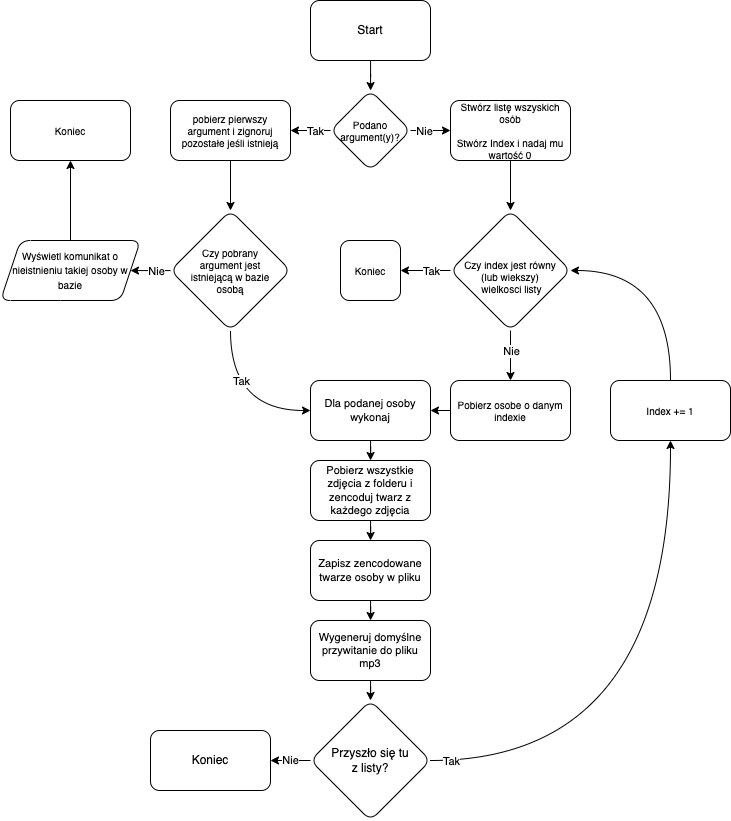
Earlier version of the draw.io export imgs/generujacy.drawio.png (Cooookiez/UWr-Praca-inzynierska-pisana). Source tidied: cells renumbered, new cells last; positions are measured from the earlier drawing's top-left corner, leaving out a move shared by most shapes.
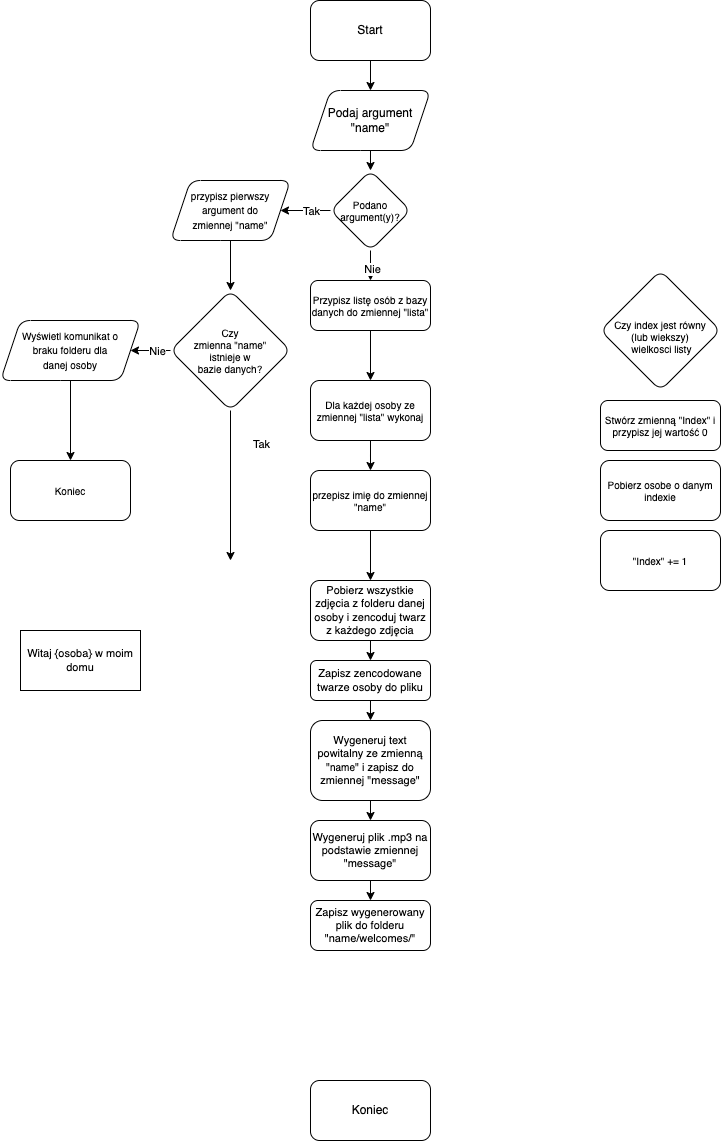
Later version of the same file.

What changed in the source:
```diff
@@ -2,13 +2,7 @@
   <root>
     <mxCell id="0" />
     <mxCell id="1" parent="0" />
-    <mxCell id="2" style="edgeStyle=orthogonalEdgeStyle;jettySize=auto;html=1;curved=1;" parent="1" edge="1" source="3" target="8">
-      <mxGeometry relative="1" as="geometry" />
-    </mxCell>
-    <mxCell id="3" value="Start" style="rounded=1;whiteSpace=wrap;html=1;" parent="1" vertex="1">
-      <mxGeometry x="310" width="120" height="60" as="geometry" />
-    </mxCell>
-    <mxCell id="4" style="edgeStyle=orthogonalEdgeStyle;shape=connector;curved=1;rounded=1;jettySize=auto;html=1;labelBackgroundColor=default;fontFamily=Helvetica;fontSize=11;fontColor=default;endArrow=classic;strokeColor=default;" parent="1" edge="1" source="8" target="12">
+    <mxCell id="4" style="edgeStyle=orthogonalEdgeStyle;shape=connector;curved=1;rounded=1;jettySize=auto;html=1;labelBackgroundColor=default;fontFamily=Helvetica;fontSize=11;fontColor=default;endArrow=classic;strokeColor=default;entryX=1;entryY=0.5;entryDx=0;entryDy=0;" parent="1" edge="1" source="8" target="46">
       <mxGeometry relative="1" as="geometry" />
     </mxCell>
     <mxCell id="5" value="Tak" style="edgeLabel;html=1;align=center;verticalAlign=middle;fontSize=11;fontFamily=Helvetica;fontColor=default;" parent="4" vertex="1">
@@ -16,7 +10,7 @@
         <mxPoint y="-2" as="offset" />
       </mxGeometry>
     </mxCell>
-    <mxCell id="6" style="edgeStyle=orthogonalEdgeStyle;shape=connector;curved=1;rounded=1;jettySize=auto;html=1;entryX=0;entryY=0.5;entryDx=0;entryDy=0;labelBackgroundColor=default;fontFamily=Helvetica;fontSize=11;fontColor=default;endArrow=classic;strokeColor=default;" parent="1" edge="1" source="8" target="10">
+    <mxCell id="6" style="edgeStyle=orthogonalEdgeStyle;shape=connector;curved=1;rounded=1;jettySize=auto;html=1;entryX=0.5;entryY=0;entryDx=0;entryDy=0;labelBackgroundColor=default;fontFamily=Helvetica;fontSize=11;fontColor=default;endArrow=classic;strokeColor=default;" parent="1" edge="1" source="8" target="10">
       <mxGeometry relative="1" as="geometry" />
     </mxCell>
     <mxCell id="7" value="Nie" style="edgeLabel;html=1;align=center;verticalAlign=middle;fontSize=11;fontFamily=Helvetica;fontColor=default;" parent="6" vertex="1">
@@ -24,21 +18,18 @@
         <mxPoint y="1" as="offset" />
       </mxGeometry>
     </mxCell>
-    <mxCell id="8" value="Podano argument(y)?" style="rhombus;whiteSpace=wrap;html=1;rounded=1;fontSize=10;" parent="1" vertex="1">
+    <mxCell id="8" value="Podano argument(y)?&lt;br&gt;" style="rhombus;whiteSpace=wrap;html=1;rounded=1;fontSize=10;" parent="1" vertex="1">
       <mxGeometry x="330" y="90" width="80" height="80" as="geometry" />
     </mxCell>
-    <mxCell id="9" style="edgeStyle=orthogonalEdgeStyle;shape=connector;curved=1;rounded=1;jettySize=auto;html=1;labelBackgroundColor=default;fontFamily=Helvetica;fontSize=11;fontColor=default;endArrow=classic;strokeColor=default;" parent="1" edge="1" source="10" target="25">
-      <mxGeometry relative="1" as="geometry" />
-    </mxCell>
+    <mxCell id="44" style="edgeStyle=orthogonalEdgeStyle;shape=connector;curved=1;rounded=1;jettySize=auto;html=1;labelBackgroundColor=default;fontFamily=Helvetica;fontSize=11;fontColor=default;endArrow=classic;strokeColor=default;" parent="1" edge="1" source="10" target="57">
+      <mxGeometry relative="1" as="geometry" />
+    </mxCell>
-    <mxCell id="10" value="Stwórz listę wszyskich osób&lt;br&gt;&lt;br&gt;Stwórz Index i nadaj mu wartość 0" style="whiteSpace=wrap;html=1;fontSize=10;rounded=1;" parent="1" vertex="1">
-      <mxGeometry x="450" y="100" width="120" height="60" as="geometry" />
+    <mxCell id="10" value="Przypisz listę osób z bazy danych do zmiennej &quot;lista&quot;" style="whiteSpace=wrap;html=1;fontSize=10;rounded=1;" parent="1" vertex="1">
+      <mxGeometry x="310" y="200" width="120" height="50" as="geometry" />
     </mxCell>
-    <mxCell id="11" style="edgeStyle=orthogonalEdgeStyle;shape=connector;curved=1;rounded=1;jettySize=auto;html=1;labelBackgroundColor=default;fontFamily=Helvetica;fontSize=11;fontColor=default;endArrow=classic;strokeColor=default;" parent="1" edge="1" source="12" target="17">
+    <mxCell id="11" style="edgeStyle=orthogonalEdgeStyle;shape=connector;curved=1;rounded=1;jettySize=auto;html=1;labelBackgroundColor=default;fontFamily=Helvetica;fontSize=11;fontColor=default;endArrow=classic;strokeColor=default;exitX=0.5;exitY=1;exitDx=0;exitDy=0;" parent="1" edge="1" source="46" target="17">
       <mxGeometry relative="1" as="geometry" />
     </mxCell>
-    <mxCell id="12" value="pobierz pierwszy argument i zignoruj pozostałe jeśli istnieją" style="whiteSpace=wrap;html=1;fontSize=10;rounded=1;" parent="1" vertex="1">
-      <mxGeometry x="170" y="100" width="120" height="60" as="geometry" />
-    </mxCell>
     <mxCell id="13" style="edgeStyle=orthogonalEdgeStyle;shape=connector;curved=1;rounded=1;jettySize=auto;html=1;labelBackgroundColor=default;fontFamily=Helvetica;fontSize=11;fontColor=default;endArrow=classic;strokeColor=default;" parent="1" edge="1" source="17" target="27">
       <mxGeometry relative="1" as="geometry" />
     </mxCell>
@@ -47,100 +38,99 @@
         <mxPoint y="-4" as="offset" />
       </mxGeometry>
     </mxCell>
-    <mxCell id="15" style="edgeStyle=orthogonalEdgeStyle;shape=connector;curved=1;rounded=1;jettySize=auto;html=1;exitX=0.5;exitY=1;exitDx=0;exitDy=0;entryX=0;entryY=0.5;entryDx=0;entryDy=0;labelBackgroundColor=default;fontFamily=Helvetica;fontSize=11;fontColor=default;endArrow=classic;strokeColor=default;" parent="1" edge="1" source="17" target="20">
-      <mxGeometry relative="1" as="geometry" />
+    <mxCell id="15" style="edgeStyle=orthogonalEdgeStyle;shape=connector;curved=1;rounded=1;jettySize=auto;html=1;exitX=0.5;exitY=1;exitDx=0;exitDy=0;labelBackgroundColor=default;fontFamily=Helvetica;fontSize=11;fontColor=default;endArrow=classic;strokeColor=default;" parent="1" edge="1" source="17">
+      <mxGeometry relative="1" as="geometry">
+        <mxPoint x="230" y="480" as="targetPoint" />
+      </mxGeometry>
     </mxCell>
     <mxCell id="16" value="Tak" style="edgeLabel;html=1;align=center;verticalAlign=middle;fontSize=11;fontFamily=Helvetica;fontColor=default;" parent="15" vertex="1">
       <mxGeometry x="-0.54" y="6" relative="1" as="geometry">
-        <mxPoint x="4" y="13" as="offset" />
+        <mxPoint x="24" y="-2" as="offset" />
       </mxGeometry>
     </mxCell>
-    <mxCell id="17" value="Czy pobrany&lt;br&gt;argument jest&lt;br&gt;istniejącą w bazie&lt;br&gt;osobą" style="rhombus;whiteSpace=wrap;html=1;fontSize=10;rounded=1;" parent="1" vertex="1">
+    <mxCell id="17" value="Czy&lt;br&gt;zmienna &quot;name&quot;&lt;br&gt;istnieje w&lt;br&gt;bazie danych?" style="rhombus;whiteSpace=wrap;html=1;fontSize=10;rounded=1;" parent="1" vertex="1">
       <mxGeometry x="170" y="210" width="120" height="120" as="geometry" />
     </mxCell>
     <mxCell id="18" value="Koniec" style="whiteSpace=wrap;html=1;fontSize=10;rounded=1;" parent="1" vertex="1">
-      <mxGeometry x="10" y="100" width="120" height="60" as="geometry" />
+      <mxGeometry x="10" y="380" width="120" height="60" as="geometry" />
     </mxCell>
-    <mxCell id="19" style="edgeStyle=orthogonalEdgeStyle;shape=connector;curved=1;rounded=1;jettySize=auto;html=1;labelBackgroundColor=default;fontFamily=Helvetica;fontSize=11;fontColor=default;endArrow=classic;strokeColor=default;" parent="1" edge="1" source="20" target="34">
-      <mxGeometry relative="1" as="geometry" />
-    </mxCell>
-    <mxCell id="20" value="Dla podanej osoby wykonaj" style="rounded=1;whiteSpace=wrap;html=1;fontFamily=Helvetica;fontSize=11;fontColor=default;" parent="1" vertex="1">
-      <mxGeometry x="310" y="380" width="120" height="60" as="geometry" />
-    </mxCell>
-    <mxCell id="21" style="edgeStyle=orthogonalEdgeStyle;shape=connector;curved=1;rounded=1;jettySize=auto;html=1;labelBackgroundColor=default;fontFamily=Helvetica;fontSize=11;fontColor=default;endArrow=classic;strokeColor=default;" parent="1" edge="1" source="25" target="29">
-      <mxGeometry relative="1" as="geometry" />
-    </mxCell>
-    <mxCell id="22" value="Nie" style="edgeLabel;html=1;align=center;verticalAlign=middle;fontSize=11;fontFamily=Helvetica;fontColor=default;" parent="21" vertex="1">
-      <mxGeometry x="-0.52" y="1" relative="1" as="geometry">
-        <mxPoint x="-1" y="8" as="offset" />
-      </mxGeometry>
-    </mxCell>
-    <mxCell id="23" style="edgeStyle=orthogonalEdgeStyle;shape=connector;curved=1;rounded=1;jettySize=auto;html=1;labelBackgroundColor=default;fontFamily=Helvetica;fontSize=11;fontColor=default;endArrow=classic;strokeColor=default;" parent="1" edge="1" source="25" target="32">
-      <mxGeometry relative="1" as="geometry" />
-    </mxCell>
-    <mxCell id="24" value="Tak" style="edgeLabel;html=1;align=center;verticalAlign=middle;fontSize=11;fontFamily=Helvetica;fontColor=default;" parent="23" vertex="1">
-      <mxGeometry x="0.5" y="-2" relative="1" as="geometry">
-        <mxPoint x="18" y="2" as="offset" />
-      </mxGeometry>
-    </mxCell>
     <mxCell id="25" value="&lt;br&gt;Czy index jest równy&lt;br&gt;(lub wiekszy)&lt;br&gt;&amp;nbsp;wielkosci listy" style="rhombus;whiteSpace=wrap;html=1;fontSize=10;rounded=1;" parent="1" vertex="1">
-      <mxGeometry x="450" y="210" width="120" height="120" as="geometry" />
+      <mxGeometry x="600" y="190" width="120" height="120" as="geometry" />
     </mxCell>
-    <mxCell id="26" style="edgeStyle=orthogonalEdgeStyle;shape=connector;curved=1;rounded=1;jettySize=auto;html=1;entryX=0.5;entryY=1;entryDx=0;entryDy=0;labelBackgroundColor=default;fontFamily=Helvetica;fontSize=11;fontColor=default;endArrow=classic;strokeColor=default;" parent="1" edge="1" source="27" target="18">
+    <mxCell id="26" style="edgeStyle=orthogonalEdgeStyle;shape=connector;curved=1;rounded=1;jettySize=auto;html=1;entryX=0.5;entryY=0;entryDx=0;entryDy=0;labelBackgroundColor=default;fontFamily=Helvetica;fontSize=11;fontColor=default;endArrow=classic;strokeColor=default;" parent="1" edge="1" source="27" target="18">
       <mxGeometry relative="1" as="geometry" />
     </mxCell>
-    <mxCell id="27" value="&lt;span style=&quot;font-size: 10px;&quot;&gt;Wyświetl komunikat o nieistnieniu takiej osoby w bazie&lt;/span&gt;" style="shape=parallelogram;perimeter=parallelogramPerimeter;whiteSpace=wrap;html=1;fixedSize=1;rounded=1;" parent="1" vertex="1">
+    <mxCell id="27" value="&lt;span style=&quot;font-size: 10px;&quot;&gt;Wyświetl komunikat o&lt;br&gt;braku folderu dla&lt;br&gt;danej osoby&lt;/span&gt;" style="shape=parallelogram;perimeter=parallelogramPerimeter;whiteSpace=wrap;html=1;fixedSize=1;rounded=1;" parent="1" vertex="1">
       <mxGeometry y="240" width="140" height="60" as="geometry" />
     </mxCell>
-    <mxCell id="28" style="edgeStyle=orthogonalEdgeStyle;shape=connector;curved=1;rounded=1;jettySize=auto;html=1;exitX=0;exitY=0.5;exitDx=0;exitDy=0;entryX=1;entryY=0.5;entryDx=0;entryDy=0;labelBackgroundColor=default;fontFamily=Helvetica;fontSize=11;fontColor=default;endArrow=classic;strokeColor=default;" parent="1" edge="1" source="29" target="20">
-      <mxGeometry relative="1" as="geometry" />
-    </mxCell>
     <mxCell id="29" value="Pobierz osobe o danym indexie" style="whiteSpace=wrap;html=1;fontSize=10;rounded=1;" parent="1" vertex="1">
-      <mxGeometry x="450" y="380" width="120" height="60" as="geometry" />
+      <mxGeometry x="600" y="380" width="120" height="60" as="geometry" />
     </mxCell>
-    <mxCell id="30" style="edgeStyle=orthogonalEdgeStyle;shape=connector;curved=1;rounded=1;jettySize=auto;html=1;entryX=1;entryY=0.5;entryDx=0;entryDy=0;labelBackgroundColor=default;fontFamily=Helvetica;fontSize=11;fontColor=default;endArrow=classic;strokeColor=default;exitX=0.5;exitY=0;exitDx=0;exitDy=0;" parent="1" edge="1" source="31" target="25">
-      <mxGeometry relative="1" as="geometry" />
-    </mxCell>
-    <mxCell id="31" value="Index += 1" style="whiteSpace=wrap;html=1;fontSize=10;rounded=1;" parent="1" vertex="1">
-      <mxGeometry x="610" y="380" width="120" height="60" as="geometry" />
+    <mxCell id="31" value="&quot;Index&quot; += 1" style="whiteSpace=wrap;html=1;fontSize=10;rounded=1;" parent="1" vertex="1">
+      <mxGeometry x="600" y="450" width="120" height="60" as="geometry" />
     </mxCell>
-    <mxCell id="32" value="Koniec" style="whiteSpace=wrap;html=1;fontSize=10;rounded=1;" parent="1" vertex="1">
-      <mxGeometry x="340" y="240" width="60" height="60" as="geometry" />
-    </mxCell>
     <mxCell id="33" style="edgeStyle=orthogonalEdgeStyle;shape=connector;curved=1;rounded=1;jettySize=auto;html=1;labelBackgroundColor=default;fontFamily=Helvetica;fontSize=11;fontColor=default;endArrow=classic;strokeColor=default;" parent="1" edge="1" source="34" target="36">
       <mxGeometry relative="1" as="geometry" />
     </mxCell>
-    <mxCell id="34" value="Pobierz wszystkie zdjęcia z folderu i zencoduj twarz z każdego zdjęcia" style="whiteSpace=wrap;html=1;fontSize=11;rounded=1;" parent="1" vertex="1">
-      <mxGeometry x="310" y="460" width="120" height="60" as="geometry" />
+    <mxCell id="34" value="Pobierz wszystkie zdjęcia z folderu danej osoby i zencoduj twarz z każdego zdjęcia" style="whiteSpace=wrap;html=1;fontSize=11;rounded=1;" parent="1" vertex="1">
+      <mxGeometry x="310" y="500" width="120" height="60" as="geometry" />
     </mxCell>
-    <mxCell id="35" style="edgeStyle=orthogonalEdgeStyle;shape=connector;curved=1;rounded=1;jettySize=auto;html=1;labelBackgroundColor=default;fontFamily=Helvetica;fontSize=11;fontColor=default;endArrow=classic;strokeColor=default;" parent="1" edge="1" source="36" target="38">
-      <mxGeometry relative="1" as="geometry" />
-    </mxCell>
+    <mxCell id="45" style="edgeStyle=orthogonalEdgeStyle;shape=connector;curved=1;rounded=1;jettySize=auto;html=1;labelBackgroundColor=default;fontFamily=Helvetica;fontSize=11;fontColor=default;endArrow=classic;strokeColor=default;" parent="1" edge="1" source="36" target="49">
+      <mxGeometry relative="1" as="geometry" />
+    </mxCell>
-    <mxCell id="36" value="Zapisz zencodowane twarze osoby w pliku" style="whiteSpace=wrap;html=1;fontSize=11;rounded=1;" parent="1" vertex="1">
-      <mxGeometry x="310" y="540" width="120" height="60" as="geometry" />
+    <mxCell id="36" value="Zapisz zencodowane twarze osoby do pliku" style="whiteSpace=wrap;html=1;fontSize=11;rounded=1;" parent="1" vertex="1">
+      <mxGeometry x="310" y="580" width="120" height="40" as="geometry" />
     </mxCell>
-    <mxCell id="37" style="edgeStyle=orthogonalEdgeStyle;shape=connector;curved=1;rounded=1;jettySize=auto;html=1;entryX=0.5;entryY=0;entryDx=0;entryDy=0;labelBackgroundColor=default;fontFamily=Helvetica;fontSize=11;fontColor=default;endArrow=classic;strokeColor=default;" parent="1" edge="1" source="38" target="42">
-      <mxGeometry relative="1" as="geometry" />
-    </mxCell>
-    <mxCell id="38" value="Wygeneruj domyślne przywitanie do pliku mp3" style="whiteSpace=wrap;html=1;fontSize=11;rounded=1;" parent="1" vertex="1">
-      <mxGeometry x="310" y="620" width="120" height="60" as="geometry" />
+    <mxCell id="38" value="Zapisz wygenerowany plik do folderu &quot;name/welcomes/&quot;" style="whiteSpace=wrap;html=1;fontSize=11;rounded=1;" parent="1" vertex="1">
+      <mxGeometry x="310" y="820" width="120" height="50" as="geometry" />
     </mxCell>
-    <mxCell id="39" value="Nie" style="edgeStyle=orthogonalEdgeStyle;shape=connector;curved=1;rounded=1;jettySize=auto;html=1;labelBackgroundColor=default;fontFamily=Helvetica;fontSize=11;fontColor=default;endArrow=classic;strokeColor=default;" parent="1" edge="1" source="42" target="43">
-      <mxGeometry relative="1" as="geometry" />
-    </mxCell>
-    <mxCell id="40" style="edgeStyle=orthogonalEdgeStyle;shape=connector;curved=1;rounded=1;jettySize=auto;html=1;exitX=1;exitY=0.5;exitDx=0;exitDy=0;entryX=0.5;entryY=1;entryDx=0;entryDy=0;labelBackgroundColor=default;fontFamily=Helvetica;fontSize=11;fontColor=default;endArrow=classic;strokeColor=default;" parent="1" edge="1" source="42" target="31">
-      <mxGeometry relative="1" as="geometry" />
-    </mxCell>
-    <mxCell id="41" value="Tak" style="edgeLabel;html=1;align=center;verticalAlign=middle;fontSize=11;fontFamily=Helvetica;fontColor=default;" parent="40" vertex="1">
-      <mxGeometry x="-0.67" y="12" relative="1" as="geometry">
-        <mxPoint x="-72" y="12" as="offset" />
-      </mxGeometry>
-    </mxCell>
-    <mxCell id="42" value="Przyszło się tu&lt;br&gt;z listy?" style="rhombus;whiteSpace=wrap;html=1;rounded=1;" parent="1" vertex="1">
-      <mxGeometry x="310" y="700" width="120" height="120" as="geometry" />
-    </mxCell>
     <mxCell id="43" value="Koniec" style="whiteSpace=wrap;html=1;rounded=1;" parent="1" vertex="1">
-      <mxGeometry x="150" y="730" width="120" height="60" as="geometry" />
+      <mxGeometry x="310" y="1000" width="120" height="60" as="geometry" />
     </mxCell>
+    <mxCell id="46" value="&lt;span style=&quot;font-size: 10px;&quot;&gt;przypisz pierwszy argument do&lt;br&gt;zmiennej &quot;name&quot;&lt;/span&gt;" style="shape=parallelogram;perimeter=parallelogramPerimeter;whiteSpace=wrap;html=1;fixedSize=1;rounded=1;" parent="1" vertex="1">
+      <mxGeometry x="170" y="100" width="120" height="60" as="geometry" />
+    </mxCell>
+    <mxCell id="47" value="Witaj {osoba} w moim domu" style="whiteSpace=wrap;html=1;fontFamily=Helvetica;fontSize=11;fontColor=default;" parent="1" vertex="1">
+      <mxGeometry x="20" y="550" width="120" height="60" as="geometry" />
+    </mxCell>
+    <mxCell id="48" style="edgeStyle=orthogonalEdgeStyle;shape=connector;curved=1;rounded=1;jettySize=auto;html=1;exitX=0.5;exitY=1;exitDx=0;exitDy=0;entryX=0.5;entryY=0;entryDx=0;entryDy=0;labelBackgroundColor=default;fontFamily=Helvetica;fontSize=11;fontColor=default;endArrow=classic;strokeColor=default;" parent="1" edge="1" source="49" target="51">
+      <mxGeometry relative="1" as="geometry" />
+    </mxCell>
+    <mxCell id="49" value="Wygeneruj text powitalny ze zmienną &quot;&lt;span style=&quot;font-size: 10px;&quot;&gt;name&lt;/span&gt;&quot; i zapisz do zmiennej &quot;message&quot;" style="whiteSpace=wrap;html=1;fontSize=11;rounded=1;" parent="1" vertex="1">
+      <mxGeometry x="310" y="640" width="120" height="80" as="geometry" />
+    </mxCell>
+    <mxCell id="50" style="edgeStyle=orthogonalEdgeStyle;shape=connector;curved=1;rounded=1;jettySize=auto;html=1;exitX=0.5;exitY=1;exitDx=0;exitDy=0;entryX=0.5;entryY=0;entryDx=0;entryDy=0;labelBackgroundColor=default;fontFamily=Helvetica;fontSize=11;fontColor=default;endArrow=classic;strokeColor=default;" parent="1" edge="1" source="51" target="38">
+      <mxGeometry relative="1" as="geometry" />
+    </mxCell>
+    <mxCell id="51" value="Wygeneruj plik .mp3 na podstawie zmiennej &quot;message&quot;" style="whiteSpace=wrap;html=1;fontSize=11;rounded=1;" parent="1" vertex="1">
+      <mxGeometry x="310" y="740" width="120" height="60" as="geometry" />
+    </mxCell>
+    <mxCell id="52" value="&lt;span style=&quot;&quot;&gt;Stwórz zmienną &quot;Index&quot; i przypisz jej wartość 0&lt;/span&gt;" style="whiteSpace=wrap;html=1;fontSize=10;rounded=1;" parent="1" vertex="1">
+      <mxGeometry x="600" y="320" width="120" height="50" as="geometry" />
+    </mxCell>
+    <mxCell id="53" style="edgeStyle=orthogonalEdgeStyle;shape=connector;curved=1;rounded=1;jettySize=auto;html=1;exitX=0.5;exitY=1;exitDx=0;exitDy=0;entryX=0.5;entryY=0;entryDx=0;entryDy=0;labelBackgroundColor=default;fontFamily=Helvetica;fontSize=11;fontColor=default;endArrow=classic;strokeColor=default;" parent="1" edge="1" source="3" target="55">
+      <mxGeometry relative="1" as="geometry" />
+    </mxCell>
+    <mxCell id="3" value="Start" style="rounded=1;whiteSpace=wrap;html=1;" parent="1" vertex="1">
+      <mxGeometry x="310" y="-80" width="120" height="60" as="geometry" />
+    </mxCell>
+    <mxCell id="54" style="edgeStyle=orthogonalEdgeStyle;shape=connector;curved=1;rounded=1;jettySize=auto;html=1;exitX=0.5;exitY=1;exitDx=0;exitDy=0;labelBackgroundColor=default;fontFamily=Helvetica;fontSize=11;fontColor=default;endArrow=classic;strokeColor=default;" parent="1" edge="1" source="55" target="8">
+      <mxGeometry relative="1" as="geometry" />
+    </mxCell>
+    <mxCell id="55" value="Podaj argument &quot;name&quot;" style="shape=parallelogram;perimeter=parallelogramPerimeter;whiteSpace=wrap;html=1;fixedSize=1;rounded=1;" parent="1" vertex="1">
+      <mxGeometry x="310" y="10" width="120" height="60" as="geometry" />
+    </mxCell>
+    <mxCell id="56" style="edgeStyle=orthogonalEdgeStyle;shape=connector;curved=1;rounded=1;jettySize=auto;html=1;labelBackgroundColor=default;fontFamily=Helvetica;fontSize=11;fontColor=default;endArrow=classic;strokeColor=default;" parent="1" edge="1" source="57" target="59">
+      <mxGeometry relative="1" as="geometry" />
+    </mxCell>
+    <mxCell id="57" value="Dla każdej osoby ze zmiennej &quot;lista&quot; wykonaj" style="whiteSpace=wrap;html=1;fontSize=10;rounded=1;" parent="1" vertex="1">
+      <mxGeometry x="310" y="300" width="120" height="60" as="geometry" />
+    </mxCell>
+    <mxCell id="58" style="edgeStyle=orthogonalEdgeStyle;shape=connector;curved=1;rounded=1;jettySize=auto;html=1;labelBackgroundColor=default;fontFamily=Helvetica;fontSize=11;fontColor=default;endArrow=classic;strokeColor=default;" parent="1" edge="1" source="59" target="34">
+      <mxGeometry relative="1" as="geometry" />
+    </mxCell>
+    <mxCell id="59" value="przepisz imię do zmiennej &quot;name&quot;" style="whiteSpace=wrap;html=1;fontSize=10;rounded=1;" parent="1" vertex="1">
+      <mxGeometry x="310" y="390" width="120" height="60" as="geometry" />
+    </mxCell>
   </root>
 </mxGraphModel>
```
